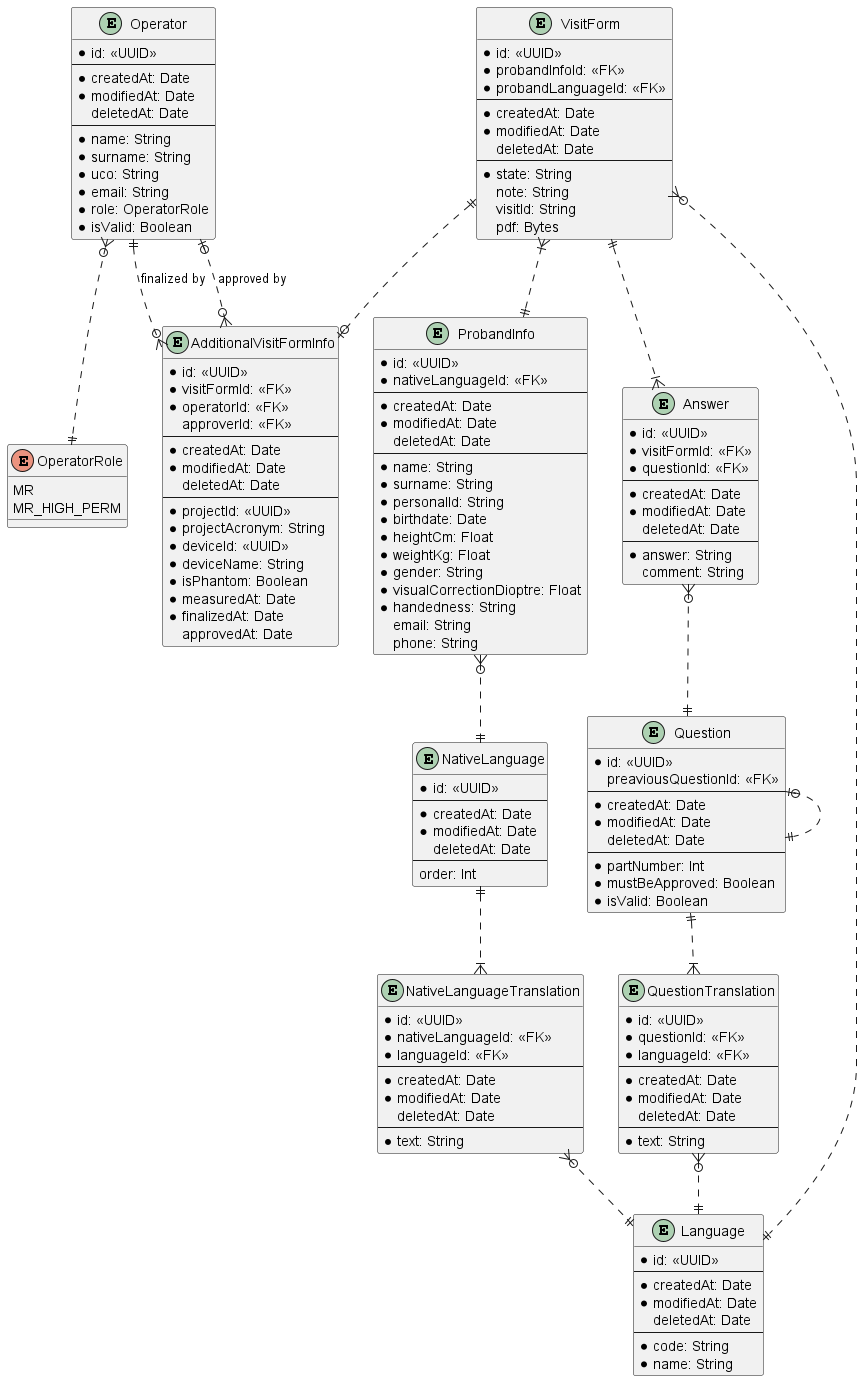
Before: backend/prisma/erd/ProbandSafetyQuestionnaire.png, a diagram exported from PlantUML (lukas-kratochvil/mafil-proband-safety-questionnaire).
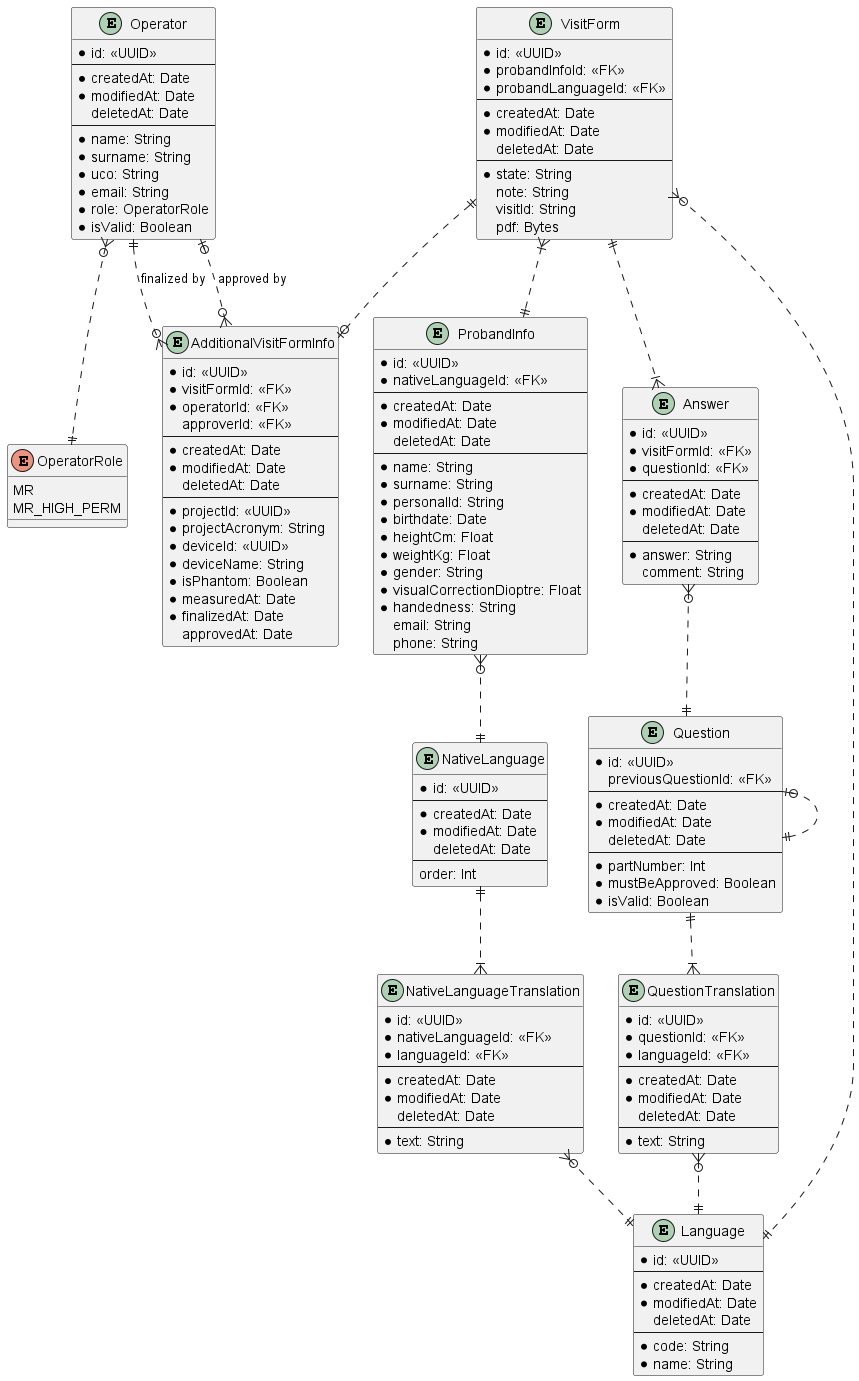
Above is the later version.

Commit message:
fix: corrected attribute name in the ERD

The edit, as a diff of the source:
```diff
@@ -91,7 +91,7 @@
 
 entity Question {
   * id: <<UUID>>
-  preaviousQuestionId: <<FK>>
+  previousQuestionId: <<FK>>
   ---
   * createdAt: Date
   * modifiedAt: Date
```
